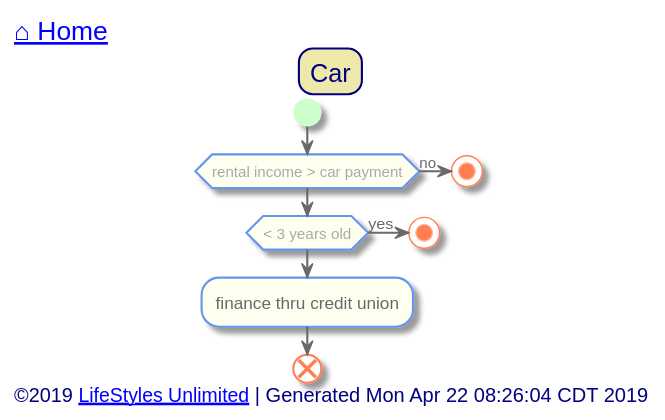
The PlantUML diagram out/src/unlimited-lifestyle/car.svg in toddmo/lifestylesunlimited, before a commit.
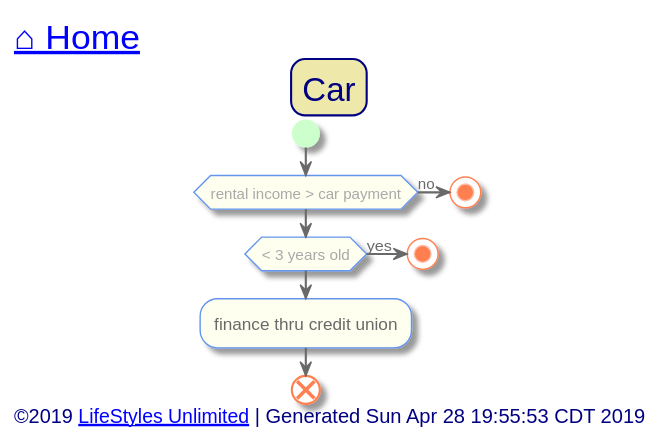
After the commit.

Diff of the diagram source:
```diff
@@ -11,11 +11,13 @@
   BackgroundColor PaleGoldenRod
   BorderColor Navy
   BorderRoundCorner 20
+  FontSize 24
 }
 
 skinparam activity {
   BackgroundColor Ivory
   BorderColor CornflowerBlue
+  BorderThickness 1
   FontColor DimGray
 
 
@@ -73,7 +75,7 @@
 
 
 left header
-	<font color=Navy size=18>[[../index.svg ⌂ Home]]</font>
+	<font color=Navy size=24>[[../index.svg ⌂ Home]]</font>
 endheader
 
 
@@ -96,7 +98,7 @@
 
 
 left footer
-	<font size=14>©2019 [[http://www.lifestylesunlimited.com LifeStyles Unlimited]] | Generated Mon Apr 22 08:26:04 CDT 2019</font>
+	<font size=14>©2019 [[http://www.lifestylesunlimited.com LifeStyles Unlimited]] | Generated Sun Apr 28 19:55:53 CDT 2019</font>
 endfooter
 
 
```
